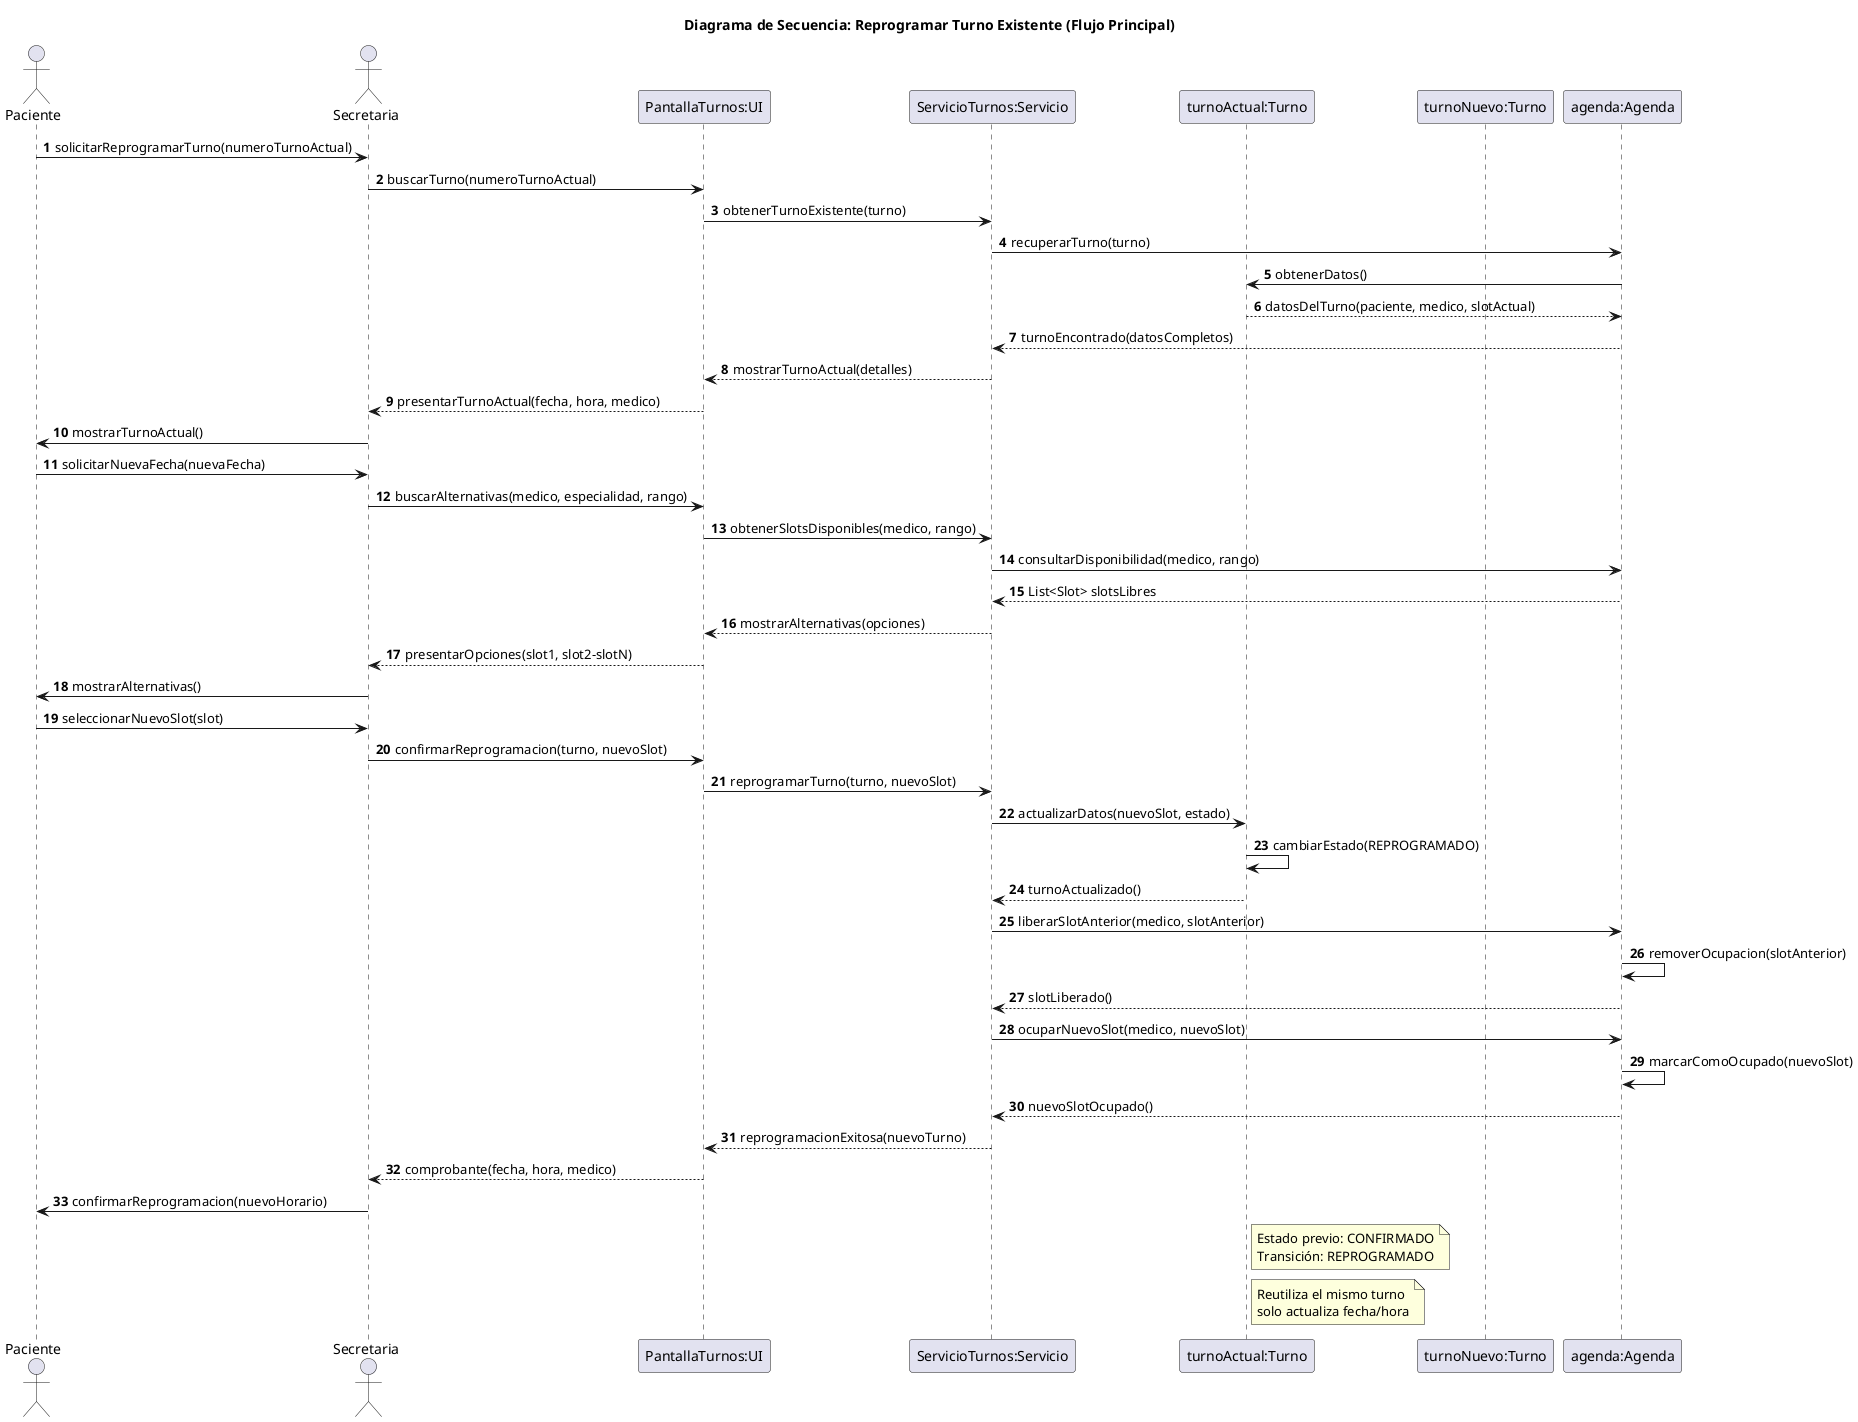
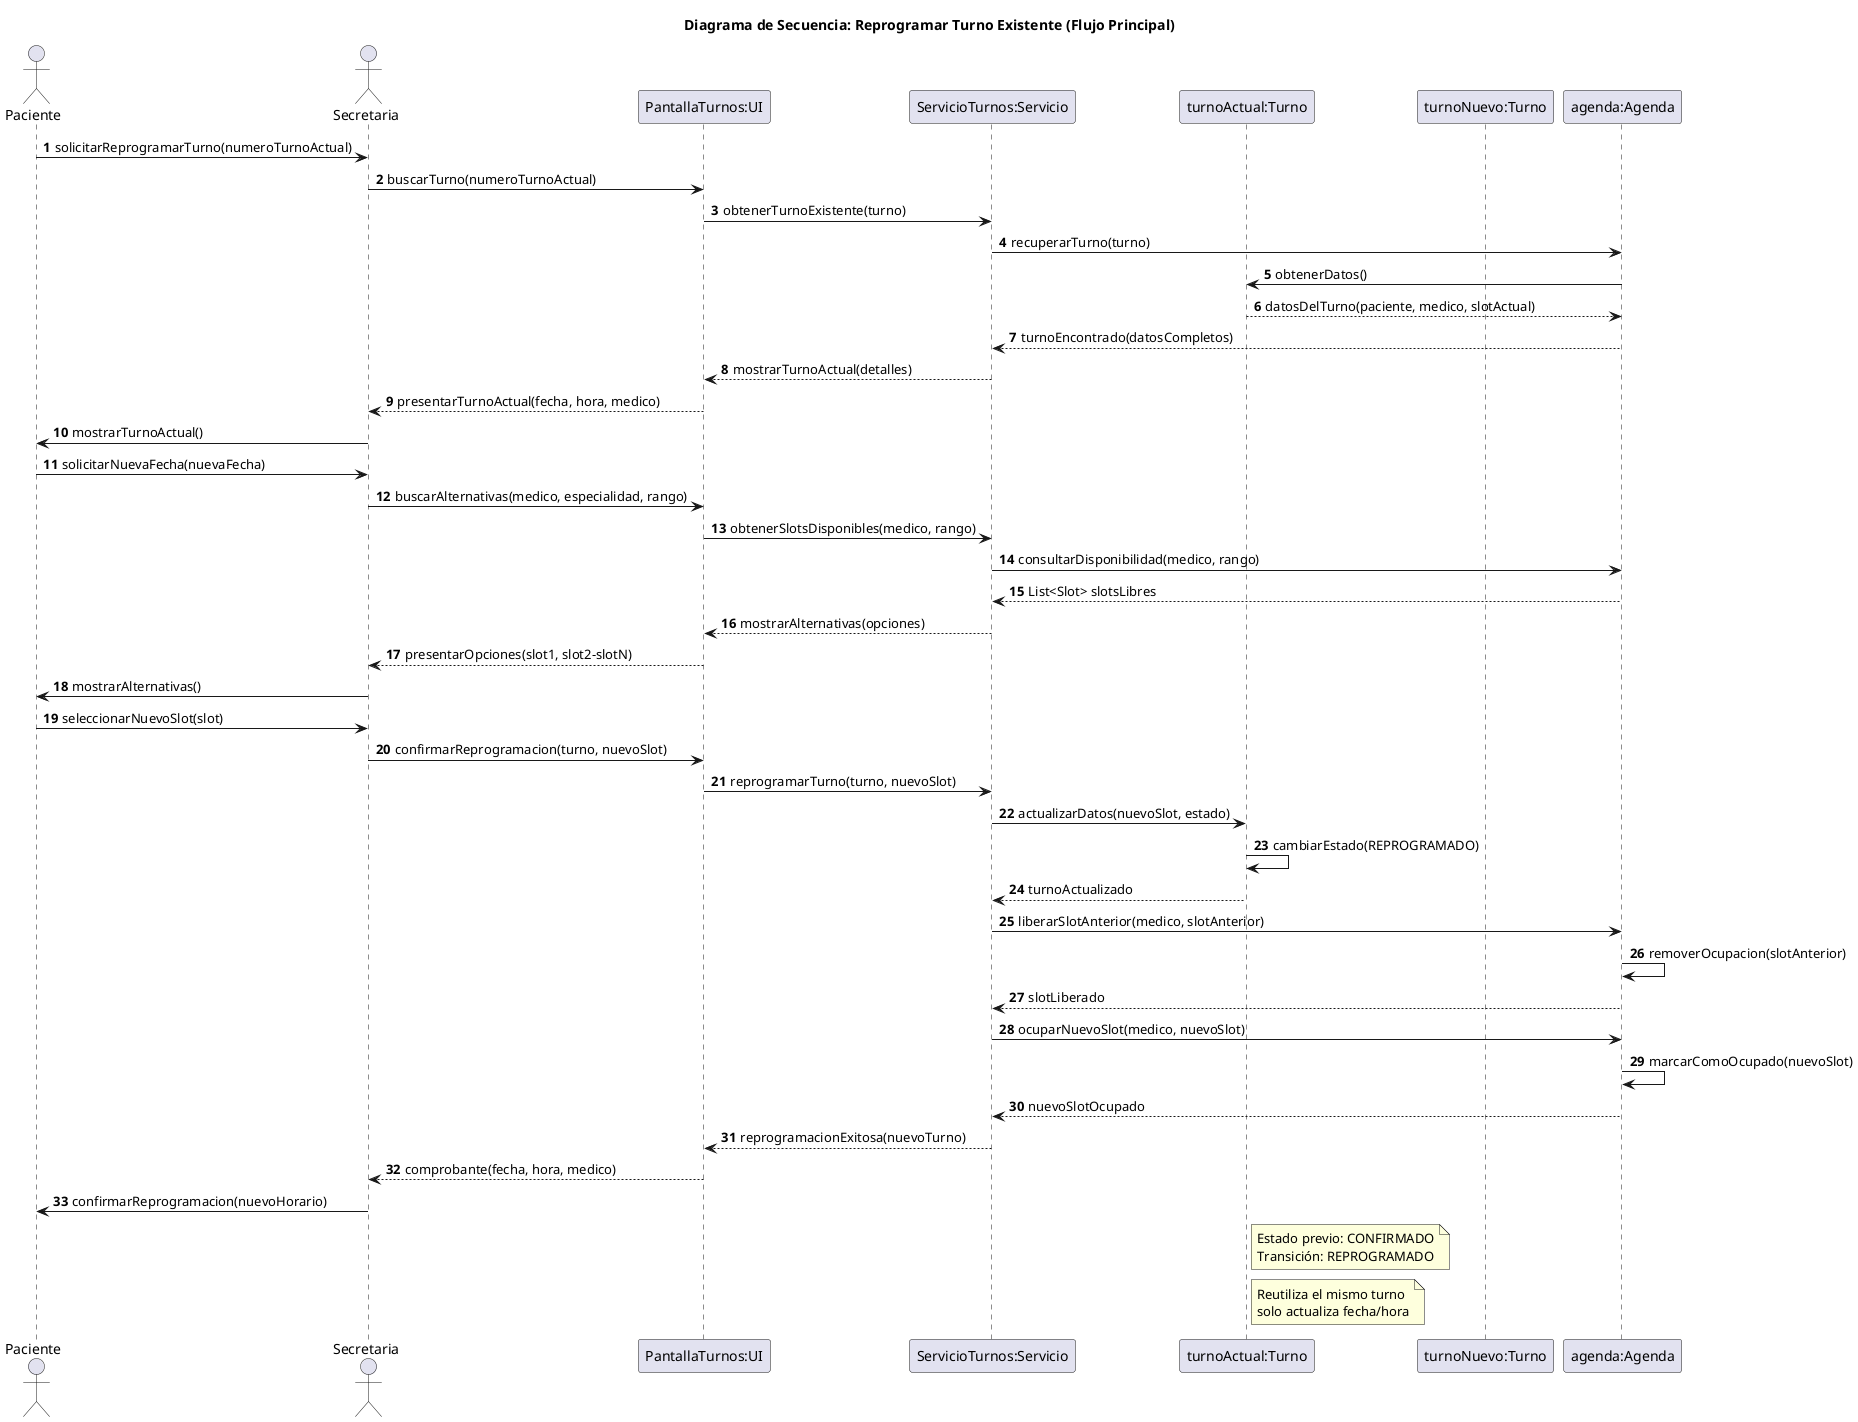
@startuml 05-secuencia-reprogramar-turno-flujo-principal-02
title Diagrama de Secuencia: Reprogramar Turno Existente (Flujo Principal)

actor Paciente
actor Secretaria
participant "PantallaTurnos:UI" as UI
participant "ServicioTurnos:Servicio" as Servicio
participant "turnoActual:Turno" as TurnoAct
participant "turnoNuevo:Turno" as TurnoNuev
participant "agenda:Agenda" as Agenda

autonumber

Paciente -> Secretaria: solicitarReprogramarTurno(numeroTurnoActual)
Secretaria -> UI: buscarTurno(numeroTurnoActual)
UI -> Servicio: obtenerTurnoExistente(turno)
Servicio -> Agenda: recuperarTurno(turno)
Agenda -> TurnoAct: obtenerDatos()
TurnoAct --> Agenda: datosDelTurno(paciente, medico, slotActual)
Agenda --> Servicio: turnoEncontrado(datosCompletos)
Servicio --> UI: mostrarTurnoActual(detalles)
UI --> Secretaria: presentarTurnoActual(fecha, hora, medico)
Secretaria -> Paciente: mostrarTurnoActual()
Paciente -> Secretaria: solicitarNuevaFecha(nuevaFecha)
Secretaria -> UI: buscarAlternativas(medico, especialidad, rango)
UI -> Servicio: obtenerSlotsDisponibles(medico, rango)
Servicio -> Agenda: consultarDisponibilidad(medico, rango)
Agenda --> Servicio: List<Slot> slotsLibres
Servicio --> UI: mostrarAlternativas(opciones)
UI --> Secretaria: presentarOpciones(slot1, slot2-slotN)
Secretaria -> Paciente: mostrarAlternativas()
Paciente -> Secretaria: seleccionarNuevoSlot(slot)
Secretaria -> UI: confirmarReprogramacion(turno, nuevoSlot)
UI -> Servicio: reprogramarTurno(turno, nuevoSlot)
Servicio -> TurnoAct: actualizarDatos(nuevoSlot, estado)
TurnoAct -> TurnoAct: cambiarEstado(REPROGRAMADO)
- TurnoAct --> Servicio: turnoActualizado()
+ TurnoAct --> Servicio: turnoActualizado
Servicio -> Agenda: liberarSlotAnterior(medico, slotAnterior)
Agenda -> Agenda: removerOcupacion(slotAnterior)
- Agenda --> Servicio: slotLiberado()
+ Agenda --> Servicio: slotLiberado
Servicio -> Agenda: ocuparNuevoSlot(medico, nuevoSlot)
Agenda -> Agenda: marcarComoOcupado(nuevoSlot)
- Agenda --> Servicio: nuevoSlotOcupado()
+ Agenda --> Servicio: nuevoSlotOcupado
Servicio --> UI: reprogramacionExitosa(nuevoTurno)
UI --> Secretaria: comprobante(fecha, hora, medico)
Secretaria -> Paciente: confirmarReprogramacion(nuevoHorario)

note right of TurnoAct
  Estado previo: CONFIRMADO
  Transición: REPROGRAMADO
end note

note right of TurnoAct
  Reutiliza el mismo turno
  solo actualiza fecha/hora
end note

@enduml
